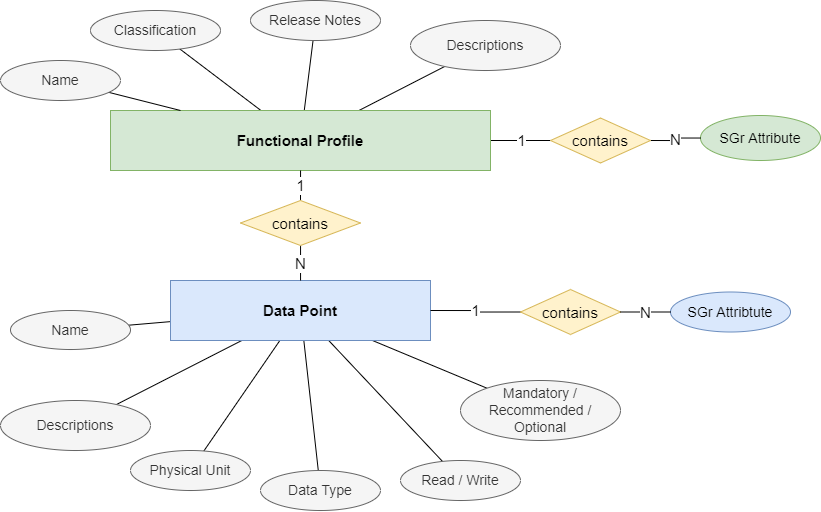
This is doc/functionalProfile.drawio.png from SmartgridReady/SGrSpecifications, a draw.io export, as it was before one commit. Source tidied: cells renumbered, new cells last; positions are measured from the earlier drawing's top-left corner, leaving out a move shared by most shapes. Its diagram source:
```xml
<mxGraphModel>
  <root>
    <mxCell id="0" />
    <mxCell id="1" parent="0" />
    <mxCell id="2" style="rounded=0;jettySize=auto;html=1;fontSize=12;endArrow=none;endFill=0;" parent="1" edge="1" source="6" target="7">
      <mxGeometry relative="1" as="geometry" />
    </mxCell>
    <mxCell id="3" style="rounded=0;jettySize=auto;html=1;fontSize=12;endArrow=none;endFill=0;" parent="1" edge="1" source="6" target="8">
      <mxGeometry relative="1" as="geometry" />
    </mxCell>
    <mxCell id="4" style="edgeStyle=none;rounded=0;jettySize=auto;html=1;strokeColor=default;fontSize=12;endArrow=none;endFill=0;" parent="1" edge="1" source="6" target="17">
      <mxGeometry relative="1" as="geometry" />
    </mxCell>
    <mxCell id="5" value="1" style="edgeStyle=orthogonalEdgeStyle;rounded=0;jettySize=auto;html=1;strokeColor=default;fontSize=15;endArrow=none;endFill=0;entryX=0;entryY=0.5;entryDx=0;entryDy=0;" parent="1" edge="1" source="6" target="27">
      <mxGeometry relative="1" as="geometry" />
    </mxCell>
    <mxCell id="6" value="Functional Profile" style="whiteSpace=wrap;html=1;align=center;fontSize=15;fillColor=#d5e8d4;strokeColor=#82b366;fontStyle=1;" parent="1" vertex="1">
      <mxGeometry x="110" y="110" width="380" height="60" as="geometry" />
    </mxCell>
    <mxCell id="7" value="Classification" style="ellipse;whiteSpace=wrap;html=1;fillColor=#f5f5f5;fontColor=#333333;strokeColor=#666666;fontSize=14;" parent="1" vertex="1">
      <mxGeometry x="90" y="10" width="130" height="40" as="geometry" />
    </mxCell>
    <mxCell id="8" value="Release Notes" style="ellipse;whiteSpace=wrap;html=1;fillColor=#f5f5f5;fontColor=#333333;strokeColor=#666666;fontSize=14;" parent="1" vertex="1">
      <mxGeometry x="250" width="130" height="40" as="geometry" />
    </mxCell>
    <mxCell id="9" value="SGr Attribute" style="ellipse;whiteSpace=wrap;html=1;fillColor=#d5e8d4;strokeColor=#82b366;fontSize=14;" parent="1" vertex="1">
      <mxGeometry x="700" y="115" width="120" height="45" as="geometry" />
    </mxCell>
    <mxCell id="10" style="edgeStyle=none;rounded=0;jettySize=auto;html=1;strokeColor=default;fontSize=12;endArrow=none;endFill=0;" parent="1" edge="1" source="16" target="18">
      <mxGeometry relative="1" as="geometry" />
    </mxCell>
    <mxCell id="11" style="edgeStyle=none;rounded=0;jettySize=auto;html=1;strokeColor=default;fontSize=12;endArrow=none;endFill=0;" parent="1" edge="1" source="16" target="20">
      <mxGeometry relative="1" as="geometry" />
    </mxCell>
    <mxCell id="12" style="edgeStyle=none;rounded=0;jettySize=auto;html=1;strokeColor=default;fontSize=12;endArrow=none;endFill=0;" parent="1" edge="1" source="16" target="21">
      <mxGeometry relative="1" as="geometry" />
    </mxCell>
    <mxCell id="13" style="edgeStyle=none;rounded=0;jettySize=auto;html=1;strokeColor=default;fontSize=12;endArrow=none;endFill=0;" parent="1" edge="1" source="16" target="22">
      <mxGeometry relative="1" as="geometry" />
    </mxCell>
    <mxCell id="14" style="edgeStyle=none;rounded=0;jettySize=auto;html=1;strokeColor=default;fontSize=12;endArrow=none;endFill=0;" parent="1" edge="1" source="16" target="23">
      <mxGeometry relative="1" as="geometry" />
    </mxCell>
    <mxCell id="15" style="edgeStyle=none;rounded=0;jettySize=auto;html=1;strokeColor=default;fontSize=12;endArrow=none;endFill=0;" parent="1" edge="1" source="16" target="24">
      <mxGeometry relative="1" as="geometry" />
    </mxCell>
    <mxCell id="16" value="Data Point" style="whiteSpace=wrap;html=1;align=center;fontSize=15;fillColor=#dae8fc;strokeColor=#6c8ebf;fontStyle=1;" parent="1" vertex="1">
      <mxGeometry x="170" y="280" width="260" height="60" as="geometry" />
    </mxCell>
    <mxCell id="17" value="Descriptions" style="ellipse;whiteSpace=wrap;html=1;fillColor=#f5f5f5;fontColor=#333333;strokeColor=#666666;fontSize=14;" parent="1" vertex="1">
      <mxGeometry x="410" y="20" width="150" height="50" as="geometry" />
    </mxCell>
    <mxCell id="18" value="Name" style="ellipse;whiteSpace=wrap;html=1;fillColor=#f5f5f5;fontColor=#333333;strokeColor=#666666;fontSize=14;" parent="1" vertex="1">
      <mxGeometry x="10" y="310" width="120" height="39" as="geometry" />
    </mxCell>
    <mxCell id="19" style="edgeStyle=none;rounded=0;orthogonalLoop=1;jettySize=auto;html=1;exitX=0.5;exitY=1;exitDx=0;exitDy=0;strokeColor=default;fontSize=12;" parent="1" edge="1" source="16" target="16">
      <mxGeometry relative="1" as="geometry" />
    </mxCell>
    <mxCell id="20" value="Physical Unit" style="ellipse;whiteSpace=wrap;html=1;fillColor=#f5f5f5;fontColor=#333333;strokeColor=#666666;fontSize=14;" parent="1" vertex="1">
      <mxGeometry x="130" y="450" width="120" height="40" as="geometry" />
    </mxCell>
    <mxCell id="21" value="Data Type" style="ellipse;whiteSpace=wrap;html=1;fillColor=#f5f5f5;fontColor=#333333;strokeColor=#666666;fontSize=14;" parent="1" vertex="1">
      <mxGeometry x="260" y="470" width="120" height="40" as="geometry" />
    </mxCell>
    <mxCell id="22" value="Read / Write" style="ellipse;whiteSpace=wrap;html=1;fillColor=#f5f5f5;fontColor=#333333;strokeColor=#666666;fontSize=14;" parent="1" vertex="1">
      <mxGeometry x="400" y="460" width="120" height="40" as="geometry" />
    </mxCell>
    <mxCell id="23" value="Mandatory / Recommended / Optional" style="ellipse;whiteSpace=wrap;html=1;fillColor=#f5f5f5;fontColor=#333333;strokeColor=#666666;fontSize=14;" parent="1" vertex="1">
      <mxGeometry x="460" y="380" width="160" height="60" as="geometry" />
    </mxCell>
    <mxCell id="24" value="Descriptions" style="ellipse;whiteSpace=wrap;html=1;fillColor=#f5f5f5;fontColor=#333333;strokeColor=#666666;fontSize=14;" parent="1" vertex="1">
      <mxGeometry y="400" width="150" height="50" as="geometry" />
    </mxCell>
    <mxCell id="25" value="SGr Attribtute" style="ellipse;whiteSpace=wrap;html=1;fillColor=#dae8fc;strokeColor=#6c8ebf;fontSize=14;" parent="1" vertex="1">
      <mxGeometry x="670" y="291.5" width="120" height="40" as="geometry" />
    </mxCell>
    <mxCell id="26" value="N" style="edgeStyle=orthogonalEdgeStyle;rounded=0;jettySize=auto;html=1;strokeColor=default;fontSize=15;endArrow=none;endFill=0;exitX=1;exitY=0.5;exitDx=0;exitDy=0;" parent="1" edge="1" source="27" target="9">
      <mxGeometry relative="1" as="geometry" />
    </mxCell>
    <mxCell id="27" value="contains" style="shape=rhombus;perimeter=rhombusPerimeter;whiteSpace=wrap;html=1;align=center;fontSize=15;fillColor=#fff2cc;strokeColor=#d6b656;" parent="1" vertex="1">
      <mxGeometry x="550" y="117.5" width="100" height="45" as="geometry" />
    </mxCell>
    <mxCell id="28" value="1" style="edgeStyle=orthogonalEdgeStyle;rounded=0;jettySize=auto;html=1;strokeColor=default;fontSize=15;endArrow=none;endFill=0;exitX=0.5;exitY=0;exitDx=0;exitDy=0;" parent="1" edge="1" source="30" target="6">
      <mxGeometry relative="1" as="geometry" />
    </mxCell>
    <mxCell id="29" value="N" style="edgeStyle=orthogonalEdgeStyle;rounded=0;jettySize=auto;html=1;strokeColor=default;fontSize=15;endArrow=none;endFill=0;" parent="1" edge="1" source="30" target="16">
      <mxGeometry relative="1" as="geometry" />
    </mxCell>
    <mxCell id="30" value="contains" style="shape=rhombus;perimeter=rhombusPerimeter;whiteSpace=wrap;html=1;align=center;fontSize=15;fillColor=#fff2cc;strokeColor=#d6b656;" parent="1" vertex="1">
      <mxGeometry x="240" y="200" width="120" height="45" as="geometry" />
    </mxCell>
    <mxCell id="31" style="rounded=0;jettySize=auto;html=1;strokeColor=default;fontSize=15;endArrow=none;endFill=0;" parent="1" edge="1" source="32" target="6">
      <mxGeometry relative="1" as="geometry" />
    </mxCell>
    <mxCell id="32" value="Name" style="ellipse;whiteSpace=wrap;html=1;fillColor=#f5f5f5;fontColor=#333333;strokeColor=#666666;fontSize=14;" parent="1" vertex="1">
      <mxGeometry y="60" width="120" height="40" as="geometry" />
    </mxCell>
    <mxCell id="33" value="1" style="edgeStyle=orthogonalEdgeStyle;rounded=0;jettySize=auto;html=1;strokeColor=default;fontSize=15;endArrow=none;endFill=0;entryX=0;entryY=0.5;entryDx=0;entryDy=0;exitX=1;exitY=0.5;exitDx=0;exitDy=0;" parent="1" edge="1" source="16" target="34">
      <mxGeometry relative="1" as="geometry" />
    </mxCell>
    <mxCell id="34" value="contains" style="shape=rhombus;perimeter=rhombusPerimeter;whiteSpace=wrap;html=1;align=center;fontSize=15;fillColor=#fff2cc;strokeColor=#d6b656;" parent="1" vertex="1">
      <mxGeometry x="520" y="289" width="100" height="45" as="geometry" />
    </mxCell>
    <mxCell id="35" value="N" style="edgeStyle=orthogonalEdgeStyle;rounded=0;jettySize=auto;html=1;strokeColor=default;fontSize=15;endArrow=none;endFill=0;exitX=1;exitY=0.5;exitDx=0;exitDy=0;entryX=0;entryY=0.5;entryDx=0;entryDy=0;" parent="1" edge="1" source="34" target="25">
      <mxGeometry relative="1" as="geometry" />
    </mxCell>
  </root>
</mxGraphModel>
```
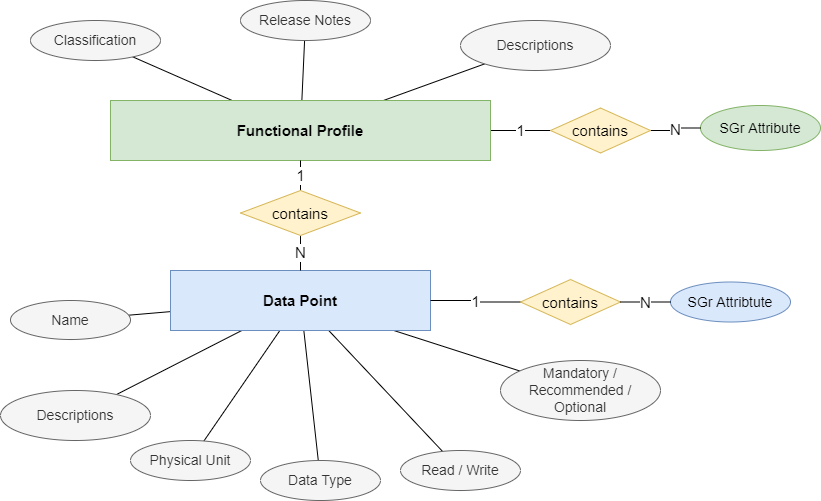
Above is the later version.

The edit, as a diff of the source:
```diff
@@ -18,10 +18,10 @@
       <mxGeometry x="110" y="110" width="380" height="60" as="geometry" />
     </mxCell>
     <mxCell id="7" value="Classification" style="ellipse;whiteSpace=wrap;html=1;fillColor=#f5f5f5;fontColor=#333333;strokeColor=#666666;fontSize=14;" parent="1" vertex="1">
-      <mxGeometry x="90" y="10" width="130" height="40" as="geometry" />
+      <mxGeometry x="30" y="30" width="130" height="40" as="geometry" />
     </mxCell>
     <mxCell id="8" value="Release Notes" style="ellipse;whiteSpace=wrap;html=1;fillColor=#f5f5f5;fontColor=#333333;strokeColor=#666666;fontSize=14;" parent="1" vertex="1">
-      <mxGeometry x="250" width="130" height="40" as="geometry" />
+      <mxGeometry x="240" y="10" width="130" height="40" as="geometry" />
     </mxCell>
     <mxCell id="9" value="SGr Attribute" style="ellipse;whiteSpace=wrap;html=1;fillColor=#d5e8d4;strokeColor=#82b366;fontSize=14;" parent="1" vertex="1">
       <mxGeometry x="700" y="115" width="120" height="45" as="geometry" />
@@ -48,7 +48,7 @@
       <mxGeometry x="170" y="280" width="260" height="60" as="geometry" />
     </mxCell>
     <mxCell id="17" value="Descriptions" style="ellipse;whiteSpace=wrap;html=1;fillColor=#f5f5f5;fontColor=#333333;strokeColor=#666666;fontSize=14;" parent="1" vertex="1">
-      <mxGeometry x="410" y="20" width="150" height="50" as="geometry" />
+      <mxGeometry x="460" y="30" width="150" height="50" as="geometry" />
     </mxCell>
     <mxCell id="18" value="Name" style="ellipse;whiteSpace=wrap;html=1;fillColor=#f5f5f5;fontColor=#333333;strokeColor=#666666;fontSize=14;" parent="1" vertex="1">
       <mxGeometry x="10" y="310" width="120" height="39" as="geometry" />
@@ -66,7 +66,7 @@
       <mxGeometry x="400" y="460" width="120" height="40" as="geometry" />
     </mxCell>
     <mxCell id="23" value="Mandatory / Recommended / Optional" style="ellipse;whiteSpace=wrap;html=1;fillColor=#f5f5f5;fontColor=#333333;strokeColor=#666666;fontSize=14;" parent="1" vertex="1">
-      <mxGeometry x="460" y="380" width="160" height="60" as="geometry" />
+      <mxGeometry x="500" y="370" width="160" height="60" as="geometry" />
     </mxCell>
     <mxCell id="24" value="Descriptions" style="ellipse;whiteSpace=wrap;html=1;fillColor=#f5f5f5;fontColor=#333333;strokeColor=#666666;fontSize=14;" parent="1" vertex="1">
       <mxGeometry y="400" width="150" height="50" as="geometry" />
@@ -89,12 +89,6 @@
     <mxCell id="30" value="contains" style="shape=rhombus;perimeter=rhombusPerimeter;whiteSpace=wrap;html=1;align=center;fontSize=15;fillColor=#fff2cc;strokeColor=#d6b656;" parent="1" vertex="1">
       <mxGeometry x="240" y="200" width="120" height="45" as="geometry" />
     </mxCell>
-    <mxCell id="31" style="rounded=0;jettySize=auto;html=1;strokeColor=default;fontSize=15;endArrow=none;endFill=0;" parent="1" edge="1" source="32" target="6">
-      <mxGeometry relative="1" as="geometry" />
-    </mxCell>
-    <mxCell id="32" value="Name" style="ellipse;whiteSpace=wrap;html=1;fillColor=#f5f5f5;fontColor=#333333;strokeColor=#666666;fontSize=14;" parent="1" vertex="1">
-      <mxGeometry y="60" width="120" height="40" as="geometry" />
-    </mxCell>
     <mxCell id="33" value="1" style="edgeStyle=orthogonalEdgeStyle;rounded=0;jettySize=auto;html=1;strokeColor=default;fontSize=15;endArrow=none;endFill=0;entryX=0;entryY=0.5;entryDx=0;entryDy=0;exitX=1;exitY=0.5;exitDx=0;exitDy=0;" parent="1" edge="1" source="16" target="34">
       <mxGeometry relative="1" as="geometry" />
     </mxCell>
```
